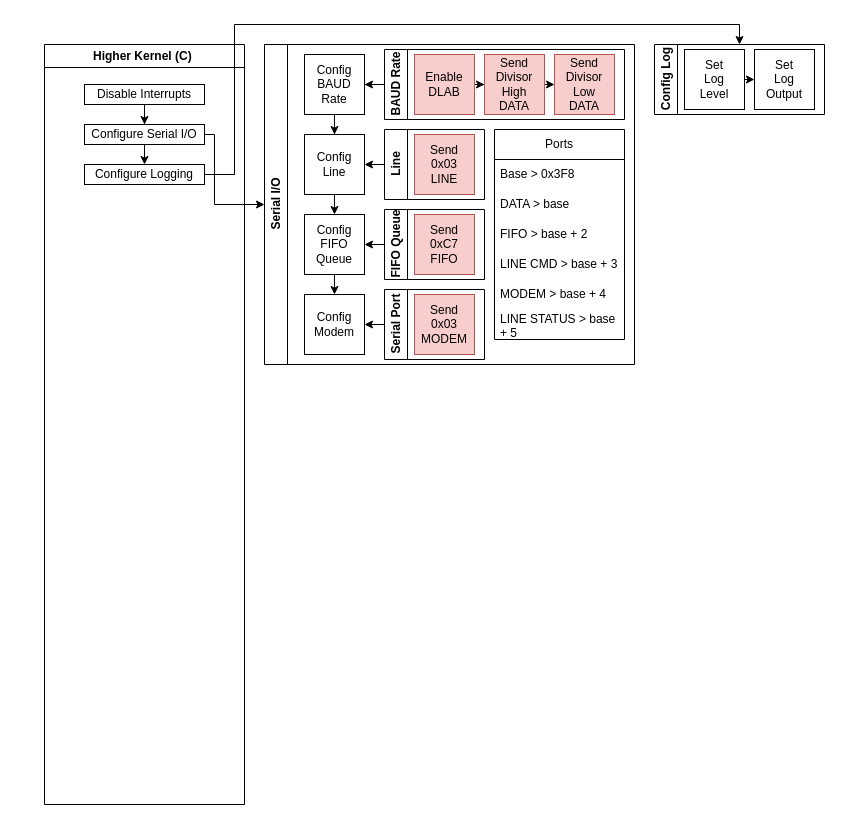
Earlier version of the draw.io diagram page "C Kernel" (2 of 4) of naOS.drawio (noaether/naOS). Source tidied: cells renumbered, new cells numbered last; positions are measured from the earlier drawing's top-left corner, leaving out a move shared by most shapes. Both pictures are drawn from the tidied source at 100%, with x=0, y=0 at pixel (44, 24).
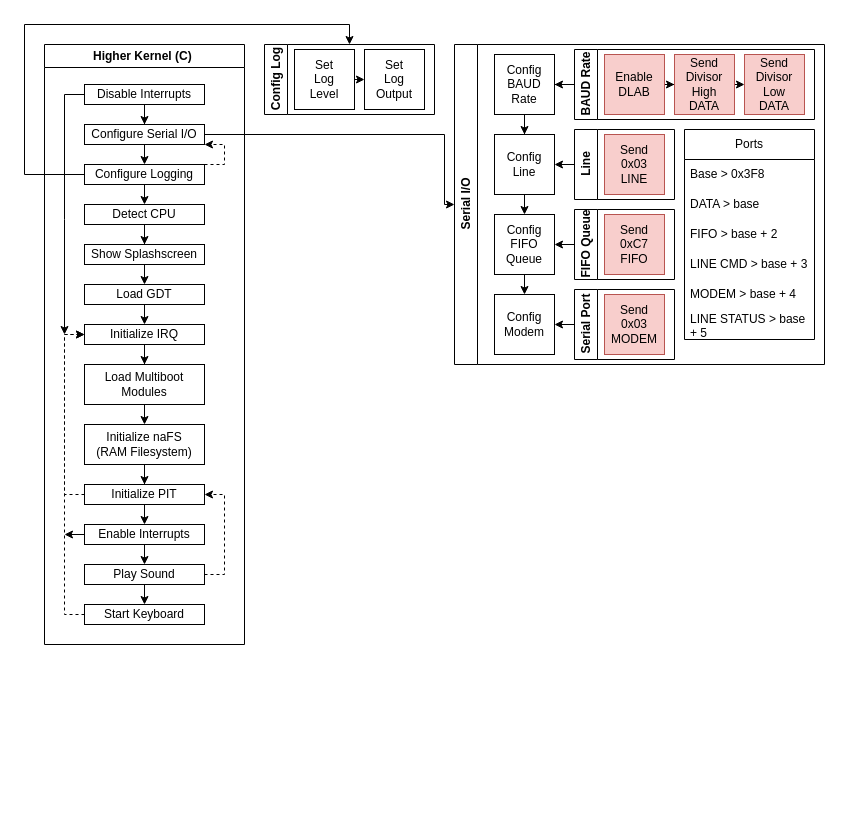
The same diagram, later.

Unchanged cells that the change refers to:
```xml
<mxCell id="4" value="Disable Interrupts" style="rounded=0;whiteSpace=wrap;html=1;" parent="2" vertex="1">
  <mxGeometry x="40" y="40" width="120" height="20" as="geometry" />
</mxCell>
<mxCell id="6" value="Configure Serial I/O" style="rounded=0;whiteSpace=wrap;html=1;" parent="2" vertex="1">
  <mxGeometry x="40" y="80" width="120" height="20" as="geometry" />
</mxCell>
<mxCell id="7" value="Configure Logging" style="rounded=0;whiteSpace=wrap;html=1;" parent="2" vertex="1">
  <mxGeometry x="40" y="120" width="120" height="20" as="geometry" />
</mxCell>
```

The edit, as a diff of the source:
```diff
@@
     <mxCell id="2" value="Higher Kernel (C)&amp;nbsp;" style="swimlane;whiteSpace=wrap;html=1;" parent="1" vertex="1">
-      <mxGeometry y="20" width="200" height="760" as="geometry" />
+      <mxGeometry y="20" width="200" height="600" as="geometry" />
     </mxCell>
@@
+    <mxCell id="45" style="edgeStyle=orthogonalEdgeStyle;rounded=0;jettySize=auto;html=1;" parent="2" edge="1" source="4">
+      <mxGeometry relative="1" as="geometry">
+        <mxPoint x="20" y="290" as="targetPoint" />
+      </mxGeometry>
+    </mxCell>
@@
+    <mxCell id="46" style="edgeStyle=orthogonalEdgeStyle;rounded=0;jettySize=auto;html=1;exitX=0.5;exitY=1;exitDx=0;exitDy=0;entryX=0.5;entryY=0;entryDx=0;entryDy=0;" parent="2" edge="1" source="7" target="49">
+      <mxGeometry relative="1" as="geometry" />
+    </mxCell>
+    <mxCell id="47" style="edgeStyle=orthogonalEdgeStyle;rounded=0;jettySize=auto;html=1;exitX=1;exitY=0;exitDx=0;exitDy=0;entryX=1;entryY=1;entryDx=0;entryDy=0;dashed=1;" parent="2" edge="1" source="7" target="6">
+      <mxGeometry relative="1" as="geometry">
+        <Array as="points">
+          <mxPoint x="180" y="120" />
+          <mxPoint x="180" y="100" />
+        </Array>
+      </mxGeometry>
+    </mxCell>
@@
+    <mxCell id="48" style="edgeStyle=orthogonalEdgeStyle;rounded=0;jettySize=auto;html=1;entryX=0.5;entryY=0;entryDx=0;entryDy=0;" parent="2" edge="1" source="49" target="51">
+      <mxGeometry relative="1" as="geometry" />
+    </mxCell>
+    <mxCell id="49" value="Detect CPU" style="rounded=0;whiteSpace=wrap;html=1;" parent="2" vertex="1">
+      <mxGeometry x="40" y="160" width="120" height="20" as="geometry" />
+    </mxCell>
+    <mxCell id="50" style="edgeStyle=orthogonalEdgeStyle;rounded=0;jettySize=auto;html=1;exitX=0.5;exitY=1;exitDx=0;exitDy=0;entryX=0.5;entryY=0;entryDx=0;entryDy=0;" parent="2" edge="1" source="51" target="68">
+      <mxGeometry relative="1" as="geometry" />
+    </mxCell>
+    <mxCell id="51" value="Show Splashscreen" style="rounded=0;whiteSpace=wrap;html=1;" parent="2" vertex="1">
+      <mxGeometry x="40" y="200" width="120" height="20" as="geometry" />
+    </mxCell>
+    <mxCell id="52" style="edgeStyle=orthogonalEdgeStyle;rounded=0;jettySize=auto;html=1;exitX=0.5;exitY=1;exitDx=0;exitDy=0;entryX=0.5;entryY=0;entryDx=0;entryDy=0;" parent="2" edge="1" source="53" target="55">
+      <mxGeometry relative="1" as="geometry" />
+    </mxCell>
+    <mxCell id="53" value="Load Multiboot Modules" style="rounded=0;whiteSpace=wrap;html=1;" parent="2" vertex="1">
+      <mxGeometry x="40" y="320" width="120" height="40" as="geometry" />
+    </mxCell>
+    <mxCell id="54" style="edgeStyle=orthogonalEdgeStyle;rounded=0;jettySize=auto;html=1;entryX=0.5;entryY=0;entryDx=0;entryDy=0;" parent="2" edge="1" source="55" target="58">
+      <mxGeometry relative="1" as="geometry" />
+    </mxCell>
+    <mxCell id="55" value="Initialize naFS&lt;br&gt;(RAM Filesystem)" style="rounded=0;whiteSpace=wrap;html=1;" parent="2" vertex="1">
+      <mxGeometry x="40" y="380" width="120" height="40" as="geometry" />
+    </mxCell>
+    <mxCell id="56" style="edgeStyle=orthogonalEdgeStyle;rounded=0;jettySize=auto;html=1;exitX=0.5;exitY=1;exitDx=0;exitDy=0;entryX=0.5;entryY=0;entryDx=0;entryDy=0;" parent="2" edge="1" source="58" target="61">
+      <mxGeometry relative="1" as="geometry" />
+    </mxCell>
+    <mxCell id="57" style="edgeStyle=orthogonalEdgeStyle;rounded=0;jettySize=auto;html=1;exitX=0;exitY=0.5;exitDx=0;exitDy=0;entryX=0;entryY=0.5;entryDx=0;entryDy=0;dashed=1;" parent="2" edge="1" source="58" target="70">
+      <mxGeometry relative="1" as="geometry" />
+    </mxCell>
+    <mxCell id="58" value="Initialize PIT" style="rounded=0;whiteSpace=wrap;html=1;" parent="2" vertex="1">
+      <mxGeometry x="40" y="440" width="120" height="20" as="geometry" />
+    </mxCell>
+    <mxCell id="59" style="edgeStyle=orthogonalEdgeStyle;rounded=0;jettySize=auto;html=1;exitX=0.5;exitY=1;exitDx=0;exitDy=0;entryX=0.5;entryY=0;entryDx=0;entryDy=0;" parent="2" edge="1" source="61" target="64">
+      <mxGeometry relative="1" as="geometry" />
+    </mxCell>
+    <mxCell id="60" style="edgeStyle=orthogonalEdgeStyle;rounded=0;jettySize=auto;html=1;" parent="2" edge="1" source="61">
+      <mxGeometry relative="1" as="geometry">
+        <mxPoint x="20" y="490" as="targetPoint" />
+      </mxGeometry>
+    </mxCell>
+    <mxCell id="61" value="Enable Interrupts" style="rounded=0;whiteSpace=wrap;html=1;" parent="2" vertex="1">
+      <mxGeometry x="40" y="480" width="120" height="20" as="geometry" />
+    </mxCell>
+    <mxCell id="62" style="edgeStyle=orthogonalEdgeStyle;rounded=0;jettySize=auto;html=1;exitX=0.5;exitY=1;exitDx=0;exitDy=0;entryX=0.5;entryY=0;entryDx=0;entryDy=0;" parent="2" edge="1" source="64" target="66">
+      <mxGeometry relative="1" as="geometry" />
+    </mxCell>
+    <mxCell id="63" style="edgeStyle=orthogonalEdgeStyle;rounded=0;jettySize=auto;html=1;exitX=1;exitY=0.5;exitDx=0;exitDy=0;entryX=1;entryY=0.5;entryDx=0;entryDy=0;dashed=1;" parent="2" edge="1" source="64" target="58">
+      <mxGeometry relative="1" as="geometry" />
+    </mxCell>
+    <mxCell id="64" value="Play Sound" style="rounded=0;whiteSpace=wrap;html=1;" parent="2" vertex="1">
+      <mxGeometry x="40" y="520" width="120" height="20" as="geometry" />
+    </mxCell>
+    <mxCell id="65" style="edgeStyle=orthogonalEdgeStyle;rounded=0;jettySize=auto;html=1;entryX=0;entryY=0.5;entryDx=0;entryDy=0;dashed=1;" parent="2" edge="1" source="66" target="70">
+      <mxGeometry relative="1" as="geometry">
+        <Array as="points">
+          <mxPoint x="20" y="570" />
+          <mxPoint x="20" y="290" />
+        </Array>
+      </mxGeometry>
+    </mxCell>
+    <mxCell id="66" value="Start Keyboard" style="rounded=0;whiteSpace=wrap;html=1;" parent="2" vertex="1">
+      <mxGeometry x="40" y="560" width="120" height="20" as="geometry" />
+    </mxCell>
+    <mxCell id="67" style="edgeStyle=orthogonalEdgeStyle;rounded=0;jettySize=auto;html=1;exitX=0.5;exitY=1;exitDx=0;exitDy=0;entryX=0.5;entryY=0;entryDx=0;entryDy=0;" parent="2" edge="1" source="68" target="70">
+      <mxGeometry relative="1" as="geometry" />
+    </mxCell>
+    <mxCell id="68" value="Load GDT" style="rounded=0;whiteSpace=wrap;html=1;" parent="2" vertex="1">
+      <mxGeometry x="40" y="240" width="120" height="20" as="geometry" />
+    </mxCell>
+    <mxCell id="69" style="edgeStyle=orthogonalEdgeStyle;rounded=0;jettySize=auto;html=1;entryX=0.5;entryY=0;entryDx=0;entryDy=0;" parent="2" edge="1" source="70" target="53">
+      <mxGeometry relative="1" as="geometry" />
+    </mxCell>
+    <mxCell id="70" value="Initialize IRQ" style="rounded=0;whiteSpace=wrap;html=1;" parent="2" vertex="1">
+      <mxGeometry x="40" y="280" width="120" height="20" as="geometry" />
+    </mxCell>
     <mxCell id="8" value="Serial I/O" style="swimlane;horizontal=0;whiteSpace=wrap;html=1;" parent="1" vertex="1">
-      <mxGeometry x="220" y="20" width="370" height="320" as="geometry" />
+      <mxGeometry x="410" y="20" width="370" height="320" as="geometry" />
     </mxCell>
@@
-    <mxCell id="39" style="edgeStyle=orthogonalEdgeStyle;rounded=0;jettySize=auto;html=1;entryX=0;entryY=0.5;entryDx=0;entryDy=0;" parent="1" edge="1" source="6" target="8">
-      <mxGeometry relative="1" as="geometry">
-        <Array as="points">
-          <mxPoint x="170" y="110" />
-          <mxPoint x="170" y="180" />
-        </Array>
-      </mxGeometry>
-    </mxCell>
     <mxCell id="40" value="Config Log&lt;br&gt;" style="swimlane;horizontal=0;whiteSpace=wrap;html=1;" parent="1" vertex="1">
-      <mxGeometry x="610" y="20" width="170" height="70" as="geometry" />
+      <mxGeometry x="220" y="20" width="170" height="70" as="geometry" />
     </mxCell>
@@
+    <mxCell id="39" style="edgeStyle=orthogonalEdgeStyle;rounded=0;jettySize=auto;html=1;exitX=1;exitY=0.5;exitDx=0;exitDy=0;entryX=0;entryY=0.5;entryDx=0;entryDy=0;" parent="1" edge="1" source="6" target="8">
+      <mxGeometry relative="1" as="geometry">
+        <Array as="points">
+          <mxPoint x="400" y="110" />
+          <mxPoint x="400" y="180" />
+        </Array>
+      </mxGeometry>
+    </mxCell>
-    <mxCell id="44" style="edgeStyle=orthogonalEdgeStyle;rounded=0;jettySize=auto;html=1;entryX=0.5;entryY=0;entryDx=0;entryDy=0;" parent="1" edge="1" source="7" target="40">
+    <mxCell id="44" style="edgeStyle=orthogonalEdgeStyle;rounded=0;jettySize=auto;html=1;exitX=0;exitY=0.5;exitDx=0;exitDy=0;entryX=0.5;entryY=0;entryDx=0;entryDy=0;" parent="1" edge="1" source="7" target="40">
       <mxGeometry relative="1" as="geometry">
         <Array as="points">
-          <mxPoint x="190" y="150" />
-          <mxPoint x="190" />
-          <mxPoint x="695" />
+          <mxPoint x="-20" y="150" />
+          <mxPoint x="-20" />
+          <mxPoint x="305" />
         </Array>
       </mxGeometry>
     </mxCell>
```
